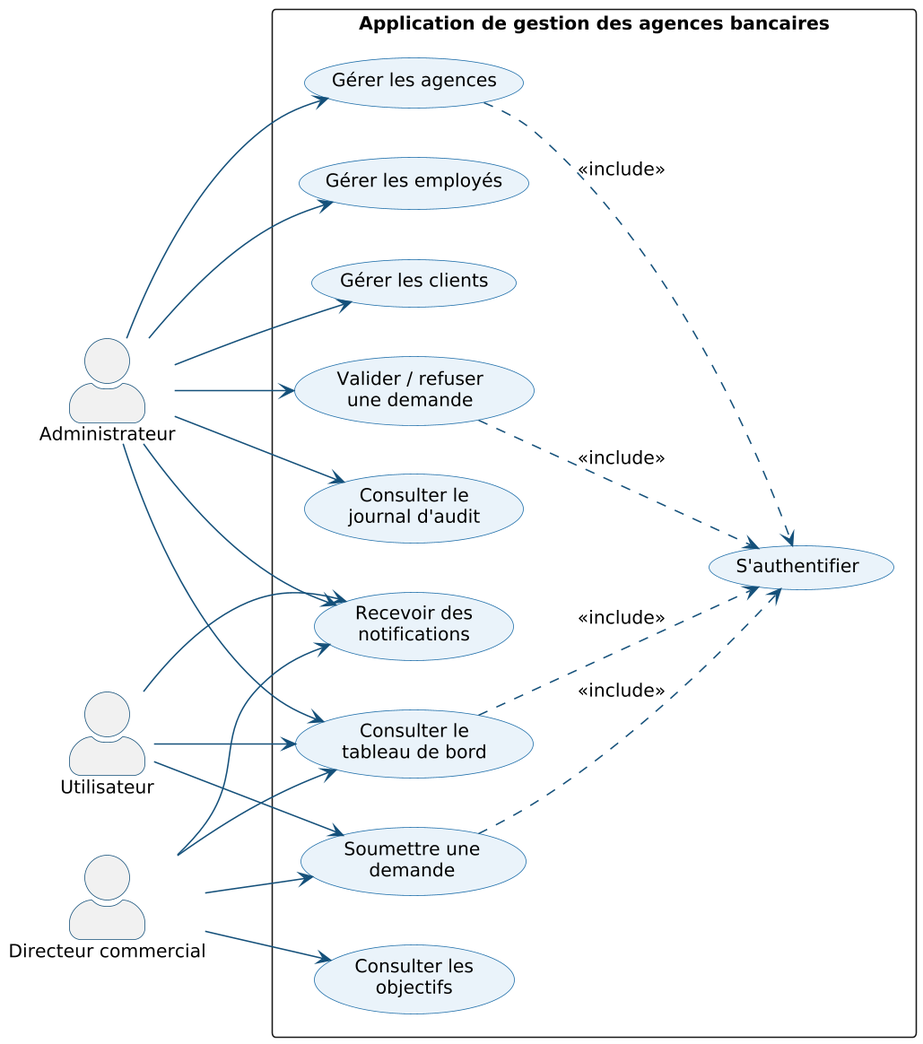
This is rapport-latex/diagrams/uc_global.png from ZizouX0/oussema_korbosli, a PlantUML export, as it was before one commit. Its diagram source:
```plantuml
@startuml

skinparam dpi 150
skinparam shadowing false
skinparam DefaultFontName Arial
skinparam DefaultFontSize 13
skinparam ArrowColor #14507A
skinparam roundCorner 6

left to right direction
skinparam packageStyle rectangle
skinparam actorStyle awesome
skinparam usecaseBackgroundColor #EAF3FA
skinparam usecaseBorderColor #1B6CA8
skinparam actorBorderColor #14507A
actor "Administrateur" as ADM
actor "Directeur commercial" as DIR
actor "Utilisateur" as USR
rectangle "Application de gestion des agences bancaires" {
  usecase "S'authentifier" as UC0
  usecase "Consulter le\ntableau de bord" as UC1
  usecase "Gérer les agences" as UC2
  usecase "Gérer les employés" as UC3
  usecase "Gérer les clients" as UC4
  usecase "Consulter les\nobjectifs" as UC5
  usecase "Soumettre une\ndemande" as UC6
  usecase "Valider / refuser\nune demande" as UC7
  usecase "Consulter le\njournal d'audit" as UC8
  usecase "Recevoir des\nnotifications" as UC9
}
ADM --> UC1
ADM --> UC2
ADM --> UC3
ADM --> UC4
ADM --> UC7
ADM --> UC8
ADM --> UC9
DIR --> UC1
DIR --> UC5
DIR --> UC6
DIR --> UC9
USR --> UC1
USR --> UC6
USR --> UC9
UC1 ..> UC0 : <<include>>
UC2 ..> UC0 : <<include>>
UC6 ..> UC0 : <<include>>
UC7 ..> UC0 : <<include>>
@enduml
```
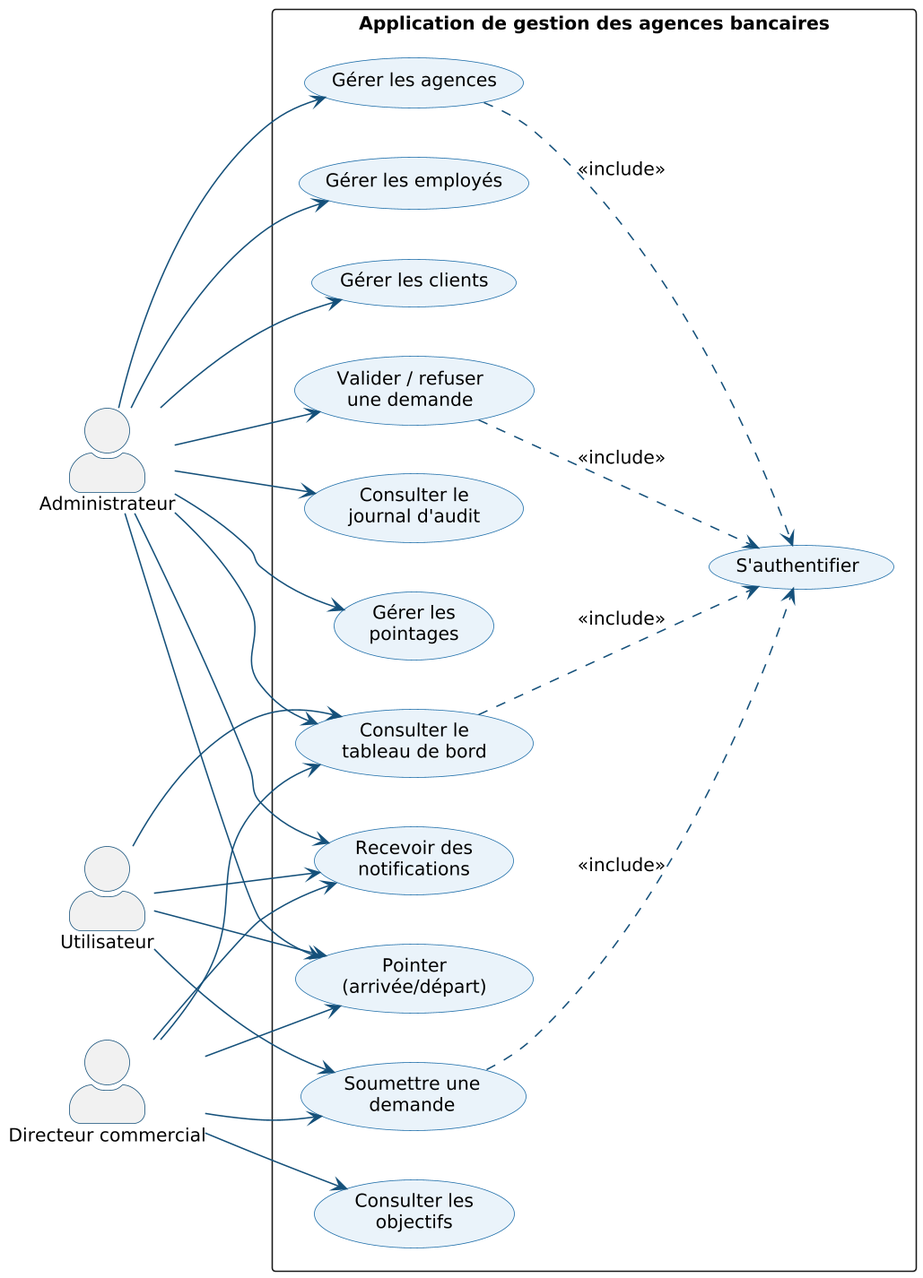
After the commit.

Diff of the diagram source:
```diff
@@ -27,6 +27,8 @@
   usecase "Valider / refuser\nune demande" as UC7
   usecase "Consulter le\njournal d'audit" as UC8
   usecase "Recevoir des\nnotifications" as UC9
+  usecase "Pointer\n(arrivée/départ)" as UC10
+  usecase "Gérer les\npointages" as UC11
 }
 ADM --> UC1
 ADM --> UC2
@@ -42,6 +44,10 @@
 USR --> UC1
 USR --> UC6
 USR --> UC9
+ADM --> UC10
+DIR --> UC10
+USR --> UC10
+ADM --> UC11
 UC1 ..> UC0 : <<include>>
 UC2 ..> UC0 : <<include>>
 UC6 ..> UC0 : <<include>>
```
